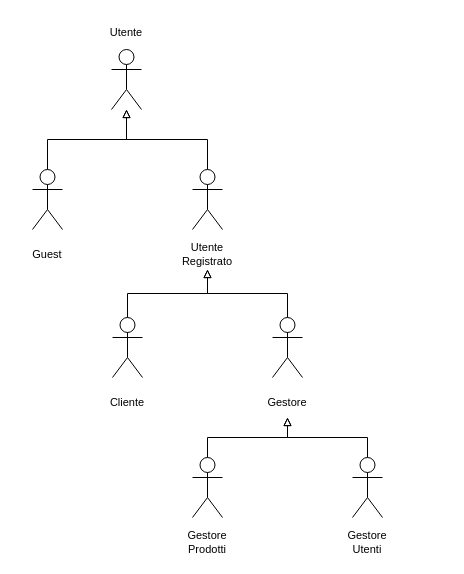
Before: Documenti progetto/Mock-ups/Utenti.drawio in AlfredoUNISA/SecondLifeTech, a draw.io diagram. Source tidied: cells renumbered, new cells numbered last; positions are measured from the earlier drawing's top-left corner, leaving out a move shared by most shapes. Both pictures are drawn from the tidied source at 100%, with x=0, y=0 at pixel (17, 17).
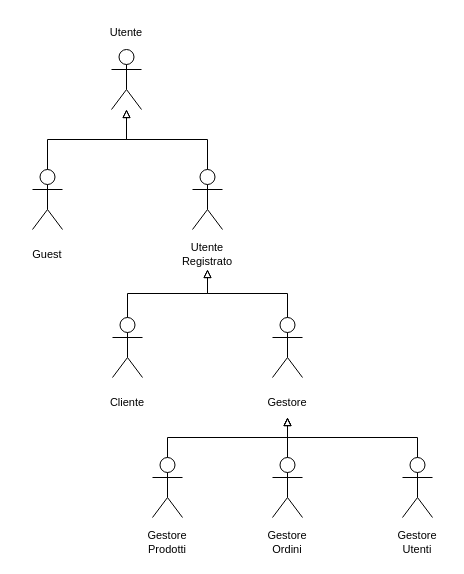
After the change.

Commit message (it also covers changes not shown here):
Cambiato Utenti e trovato le Relazioni tra Casi d'Uso

The change refers to these unchanged cells:
```xml
<mxCell id="14" value="Gestore" style="text;html=1;strokeColor=none;fillColor=none;align=center;verticalAlign=middle;whiteSpace=wrap;rounded=0;fontSize=11;" parent="12" vertex="1">
  <mxGeometry y="70" width="60" height="30" as="geometry" />
</mxCell>
```

The edit, as a diff of the source:
```diff
@@
     <mxCell id="15" style="group;" parent="1" vertex="1">
-      <mxGeometry x="160" y="440" width="60" height="100" as="geometry" />
+      <mxGeometry x="120" y="440" width="60" height="100" as="geometry" />
     </mxCell>
@@
     <mxCell id="18" style="group;" parent="1" vertex="1">
-      <mxGeometry x="320" y="440" width="60" height="100" as="geometry" />
+      <mxGeometry x="370" y="440" width="60" height="100" as="geometry" />
     </mxCell>
@@
+    <mxCell id="29" style="group;" parent="1" vertex="1">
+      <mxGeometry x="240" y="440" width="60" height="100" as="geometry" />
+    </mxCell>
+    <mxCell id="30" style="shape=umlActor;verticalLabelPosition=bottom;verticalAlign=top;html=1;outlineConnect=0;" parent="29" vertex="1">
+      <mxGeometry x="15" width="30" height="60" as="geometry" />
+    </mxCell>
+    <mxCell id="31" value="Gestore&lt;br&gt;Ordini" style="text;html=1;strokeColor=none;fillColor=none;align=center;verticalAlign=middle;whiteSpace=wrap;rounded=0;fontSize=11;" parent="29" vertex="1">
+      <mxGeometry y="70" width="60" height="30" as="geometry" />
+    </mxCell>
+    <mxCell id="32" style="edgeStyle=orthogonalEdgeStyle;rounded=0;jettySize=auto;html=1;entryX=0.5;entryY=1;entryDx=0;entryDy=0;endArrow=block;endFill=0;" parent="1" edge="1" source="30" target="14">
+      <mxGeometry relative="1" as="geometry" />
+    </mxCell>
```
